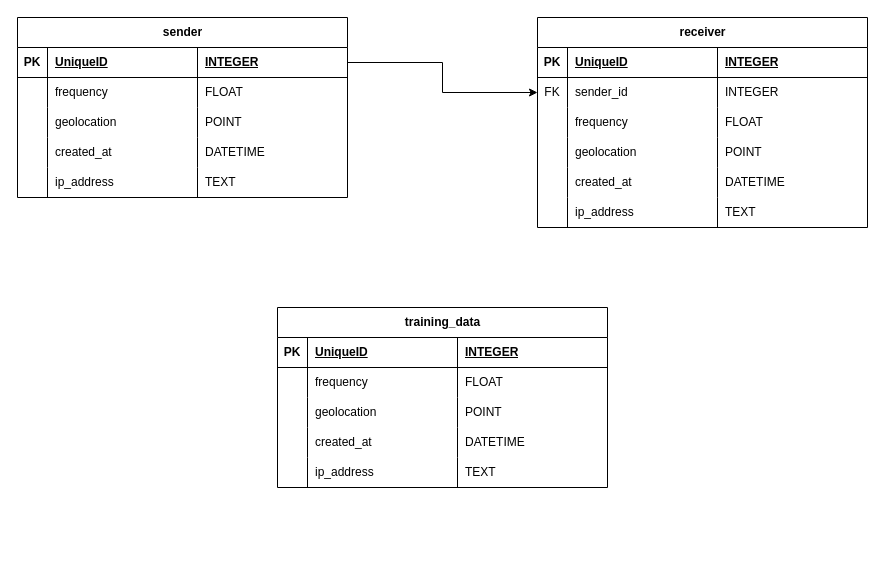
Before: page "schema" (4 of 4) of system_architecture.drawio in chadashu/mapping_via_radiowaves, a draw.io diagram. Source tidied: cells renumbered, new cells numbered last; positions are measured from the earlier drawing's top-left corner, leaving out a move shared by most shapes. Both pictures are drawn from the tidied source at 100%, with x=0, y=0 at pixel (17, 17).
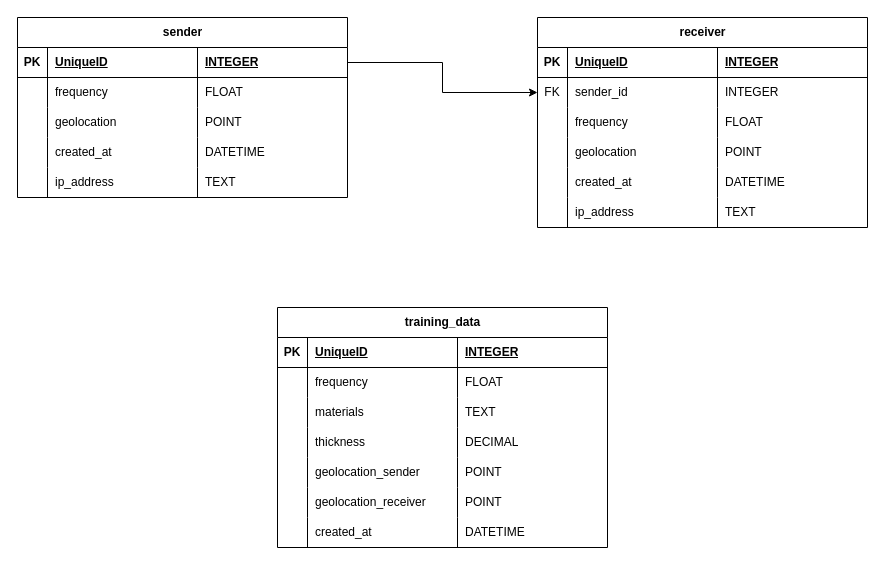
The same page after the edit.

Change to the diagram source:
```diff
@@
     <mxCell id="49" value="training_data" style="shape=table;startSize=30;childLayout=tableLayout;rowLines=0;fontStyle=1;align=center;html=1;" parent="1" vertex="1">
-      <mxGeometry x="260" y="290" width="330" height="180" as="geometry" />
+      <mxGeometry x="260" y="290" width="330" height="240" as="geometry" />
     </mxCell>
@@
+    <mxCell id="70" style="shape=tableRow;horizontal=0;startSize=0;swimlaneHead=0;swimlaneBody=0;fillColor=none;top=0;left=0;right=0;bottom=0;" parent="49" vertex="1">
+      <mxGeometry y="90" width="330" height="30" as="geometry" />
+    </mxCell>
+    <mxCell id="71" style="shape=partialRectangle;fillColor=none;top=0;left=0;bottom=0;right=0;overflow=hidden;whiteSpace=wrap;html=1;" parent="70" vertex="1">
+      <mxGeometry width="30" height="30" as="geometry" />
+    </mxCell>
+    <mxCell id="72" value="materials" style="shape=partialRectangle;fillColor=none;top=0;left=0;bottom=0;right=0;align=left;spacingLeft=6;overflow=hidden;whiteSpace=wrap;html=1;" parent="70" vertex="1">
+      <mxGeometry x="30" width="150" height="30" as="geometry" />
+    </mxCell>
+    <mxCell id="69" value="TEXT" style="shape=partialRectangle;fillColor=none;top=0;left=0;bottom=0;right=0;align=left;spacingLeft=6;overflow=hidden;whiteSpace=wrap;html=1;" parent="70" vertex="1">
+      <mxGeometry x="180" width="150" height="30" as="geometry" />
+    </mxCell>
+    <mxCell id="73" style="shape=tableRow;horizontal=0;startSize=0;swimlaneHead=0;swimlaneBody=0;fillColor=none;top=0;left=0;right=0;bottom=0;" parent="49" vertex="1">
+      <mxGeometry y="120" width="330" height="30" as="geometry" />
+    </mxCell>
+    <mxCell id="74" style="shape=partialRectangle;fillColor=none;top=0;left=0;bottom=0;right=0;overflow=hidden;whiteSpace=wrap;html=1;" parent="73" vertex="1">
+      <mxGeometry width="30" height="30" as="geometry" />
+    </mxCell>
+    <mxCell id="75" value="thickness" style="shape=partialRectangle;fillColor=none;top=0;left=0;bottom=0;right=0;align=left;spacingLeft=6;overflow=hidden;whiteSpace=wrap;html=1;" parent="73" vertex="1">
+      <mxGeometry x="30" width="150" height="30" as="geometry" />
+    </mxCell>
+    <mxCell id="76" value="DECIMAL" style="shape=partialRectangle;fillColor=none;top=0;left=0;bottom=0;right=0;align=left;spacingLeft=6;overflow=hidden;whiteSpace=wrap;html=1;" parent="73" vertex="1">
+      <mxGeometry x="180" width="150" height="30" as="geometry" />
+    </mxCell>
     <mxCell id="58" style="shape=tableRow;horizontal=0;startSize=0;swimlaneHead=0;swimlaneBody=0;fillColor=none;top=0;left=0;right=0;bottom=0;" parent="49" vertex="1">
-      <mxGeometry y="90" width="330" height="30" as="geometry" />
+      <mxGeometry y="150" width="330" height="30" as="geometry" />
     </mxCell>
@@
-    <mxCell id="60" value="geolocation" style="shape=partialRectangle;fillColor=none;top=0;left=0;bottom=0;right=0;align=left;spacingLeft=6;overflow=hidden;whiteSpace=wrap;html=1;" parent="58" vertex="1">
+    <mxCell id="60" value="geolocation_sender" style="shape=partialRectangle;fillColor=none;top=0;left=0;bottom=0;right=0;align=left;spacingLeft=6;overflow=hidden;whiteSpace=wrap;html=1;" parent="58" vertex="1">
       <mxGeometry x="30" width="150" height="30" as="geometry" />
     </mxCell>
@@
+    <mxCell id="77" style="shape=tableRow;horizontal=0;startSize=0;swimlaneHead=0;swimlaneBody=0;fillColor=none;top=0;left=0;right=0;bottom=0;" parent="49" vertex="1">
+      <mxGeometry y="180" width="330" height="30" as="geometry" />
+    </mxCell>
+    <mxCell id="78" style="shape=partialRectangle;fillColor=none;top=0;left=0;bottom=0;right=0;overflow=hidden;whiteSpace=wrap;html=1;" parent="77" vertex="1">
+      <mxGeometry width="30" height="30" as="geometry" />
+    </mxCell>
+    <mxCell id="79" value="geolocation_receiver" style="shape=partialRectangle;fillColor=none;top=0;left=0;bottom=0;right=0;align=left;spacingLeft=6;overflow=hidden;whiteSpace=wrap;html=1;" parent="77" vertex="1">
+      <mxGeometry x="30" width="150" height="30" as="geometry" />
+    </mxCell>
+    <mxCell id="80" value="POINT" style="shape=partialRectangle;fillColor=none;top=0;left=0;bottom=0;right=0;align=left;spacingLeft=6;overflow=hidden;whiteSpace=wrap;html=1;" parent="77" vertex="1">
+      <mxGeometry x="180" width="150" height="30" as="geometry" />
+    </mxCell>
     <mxCell id="62" style="shape=tableRow;horizontal=0;startSize=0;swimlaneHead=0;swimlaneBody=0;fillColor=none;top=0;left=0;right=0;bottom=0;" parent="49" vertex="1">
-      <mxGeometry y="120" width="330" height="30" as="geometry" />
+      <mxGeometry y="210" width="330" height="30" as="geometry" />
     </mxCell>
@@
-    <mxCell id="66" style="shape=tableRow;horizontal=0;startSize=0;swimlaneHead=0;swimlaneBody=0;fillColor=none;top=0;left=0;right=0;bottom=0;" parent="49" vertex="1">
-      <mxGeometry y="150" width="330" height="30" as="geometry" />
-    </mxCell>
-    <mxCell id="67" style="shape=partialRectangle;fillColor=none;top=0;left=0;bottom=0;right=0;overflow=hidden;whiteSpace=wrap;html=1;" parent="66" vertex="1">
-      <mxGeometry width="30" height="30" as="geometry" />
-    </mxCell>
-    <mxCell id="68" value="ip_address" style="shape=partialRectangle;fillColor=none;top=0;left=0;bottom=0;right=0;align=left;spacingLeft=6;overflow=hidden;whiteSpace=wrap;html=1;" parent="66" vertex="1">
-      <mxGeometry x="30" width="150" height="30" as="geometry" />
-    </mxCell>
-    <mxCell id="69" value="TEXT" style="shape=partialRectangle;fillColor=none;top=0;left=0;bottom=0;right=0;align=left;spacingLeft=6;overflow=hidden;whiteSpace=wrap;html=1;" parent="66" vertex="1">
-      <mxGeometry x="180" width="150" height="30" as="geometry" />
-    </mxCell>
```
